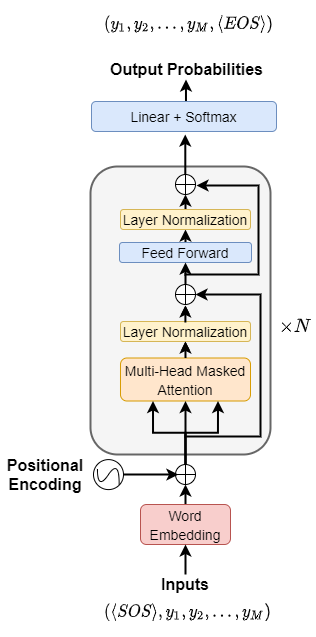
Before: _images/GPT_decoder_arch.png, a diagram exported from draw.io (yangyutu/llm_book.github.io). Source tidied: cells renumbered, new cells last; positions are measured from the earlier drawing's top-left corner, leaving out a move shared by most shapes.
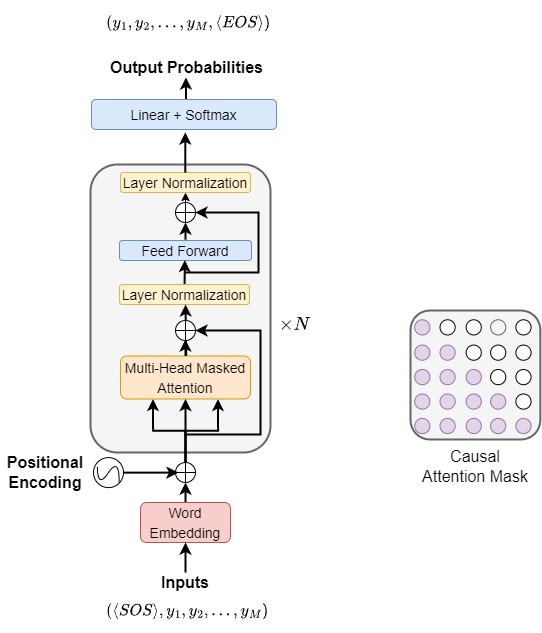
Above is the later version.

Diff of the diagram source:
```diff
@@ -5,23 +5,20 @@
     <mxCell id="2" style="rounded=1;whiteSpace=wrap;html=1;fillColor=#f5f5f5;strokeColor=#666666;fontColor=#333333;strokeWidth=2;fontSize=16;" parent="1" vertex="1">
       <mxGeometry x="90" y="157" width="180" height="288" as="geometry" />
     </mxCell>
-    <mxCell id="3" style="edgeStyle=none;html=1;entryX=0.5;entryY=1;entryDx=0;entryDy=0;fontSize=14;strokeWidth=2;" parent="1" edge="1" source="4" target="30">
-      <mxGeometry relative="1" as="geometry" />
-    </mxCell>
     <mxCell id="4" value="&lt;font style=&quot;font-size: 14px&quot;&gt;Feed Forward&lt;/font&gt;" style="rounded=1;whiteSpace=wrap;html=1;fillColor=#dae8fc;strokeColor=#6c8ebf;fontSize=16;" parent="1" vertex="1">
       <mxGeometry x="119" y="233" width="132" height="20" as="geometry" />
     </mxCell>
-    <mxCell id="5" style="edgeStyle=none;html=1;entryX=0.5;entryY=1;entryDx=0;entryDy=0;fontSize=14;" parent="1" edge="1">
-      <mxGeometry relative="1" as="geometry">
-        <mxPoint x="185" y="313" as="sourcePoint" />
-        <mxPoint x="185" y="296" as="targetPoint" />
-      </mxGeometry>
-    </mxCell>
+    <mxCell id="38" style="edgeStyle=none;html=1;entryX=0.495;entryY=0.98;entryDx=0;entryDy=0;entryPerimeter=0;strokeWidth=2;" parent="1" edge="1" source="6" target="4">
+      <mxGeometry relative="1" as="geometry" />
+    </mxCell>
     <mxCell id="6" value="&lt;font style=&quot;font-size: 14px&quot;&gt;Layer Normalization&lt;/font&gt;" style="rounded=1;whiteSpace=wrap;html=1;fillColor=#fff2cc;strokeColor=#d6b656;fontSize=16;" parent="1" vertex="1">
-      <mxGeometry x="120" y="312" width="130" height="20" as="geometry" />
+      <mxGeometry x="119" y="277" width="130" height="20" as="geometry" />
     </mxCell>
-    <mxCell id="7" style="edgeStyle=none;html=1;entryX=0.5;entryY=1;entryDx=0;entryDy=0;fontSize=14;" parent="1" edge="1" source="8" target="6">
-      <mxGeometry relative="1" as="geometry" />
+    <mxCell id="7" style="edgeStyle=none;html=1;entryX=0.5;entryY=1;entryDx=0;entryDy=0;fontSize=14;strokeWidth=2;" parent="1" edge="1">
+      <mxGeometry relative="1" as="geometry">
+        <mxPoint x="185.7" y="348.5" as="sourcePoint" />
+        <mxPoint x="185" y="297" as="targetPoint" />
+      </mxGeometry>
     </mxCell>
     <mxCell id="8" value="&lt;font style=&quot;font-size: 14px&quot;&gt;Multi-Head Masked Attention&lt;/font&gt;" style="rounded=1;whiteSpace=wrap;html=1;fillColor=#ffe6cc;strokeColor=#d79b00;fontSize=16;" parent="1" vertex="1">
       <mxGeometry x="120" y="348.5" width="130" height="43" as="geometry" />
@@ -82,7 +79,7 @@
         <mxPoint x="184" y="427" as="sourcePoint" />
         <Array as="points">
           <mxPoint x="260" y="427" />
-          <mxPoint x="260" y="285" />
+          <mxPoint x="260" y="323" />
         </Array>
       </mxGeometry>
     </mxCell>
@@ -101,20 +98,17 @@
     <mxCell id="26" value="Output Probabilities" style="text;html=1;align=center;verticalAlign=middle;fillColor=none;strokeColor=none;rounded=0;fontSize=16;fontStyle=1;" parent="1" vertex="1">
       <mxGeometry x="101" y="50" width="170" height="20" as="geometry" />
     </mxCell>
-    <mxCell id="27" style="edgeStyle=none;html=1;entryX=0.5;entryY=1;entryDx=0;entryDy=0;strokeWidth=2;" parent="1" edge="1" source="28" target="4">
-      <mxGeometry relative="1" as="geometry" />
-    </mxCell>
     <mxCell id="28" style="shape=orEllipse;perimeter=ellipsePerimeter;whiteSpace=wrap;html=1;backgroundOutline=1;fontSize=16;" parent="1" vertex="1">
-      <mxGeometry x="175" y="275" width="20" height="20" as="geometry" />
+      <mxGeometry x="175" y="313" width="20" height="20" as="geometry" />
     </mxCell>
     <mxCell id="29" style="edgeStyle=none;html=1;entryX=0.5;entryY=1;entryDx=0;entryDy=0;fontSize=14;strokeWidth=2;" parent="1" edge="1">
       <mxGeometry relative="1" as="geometry">
-        <mxPoint x="185" y="202" as="sourcePoint" />
-        <mxPoint x="185" y="185" as="targetPoint" />
+        <mxPoint x="185" y="232" as="sourcePoint" />
+        <mxPoint x="185" y="215" as="targetPoint" />
       </mxGeometry>
     </mxCell>
     <mxCell id="30" value="&lt;font style=&quot;font-size: 14px&quot;&gt;Layer Normalization&lt;/font&gt;" style="rounded=1;whiteSpace=wrap;html=1;fillColor=#fff2cc;strokeColor=#d6b656;fontSize=16;" parent="1" vertex="1">
-      <mxGeometry x="120" y="200" width="130" height="20" as="geometry" />
+      <mxGeometry x="120" y="165" width="130" height="20" as="geometry" />
     </mxCell>
     <mxCell id="31" style="edgeStyle=none;html=1;fontSize=14;entryX=0.5;entryY=1;entryDx=0;entryDy=0;strokeWidth=2;" parent="1" edge="1">
       <mxGeometry relative="1" as="geometry">
@@ -122,25 +116,21 @@
         <mxPoint x="184.8" y="125" as="targetPoint" />
       </mxGeometry>
     </mxCell>
+    <mxCell id="39" style="edgeStyle=none;html=1;entryX=0.5;entryY=1;entryDx=0;entryDy=0;" parent="1" edge="1" source="32" target="30">
+      <mxGeometry relative="1" as="geometry" />
+    </mxCell>
     <mxCell id="32" style="shape=orEllipse;perimeter=ellipsePerimeter;whiteSpace=wrap;html=1;backgroundOutline=1;fontSize=16;" parent="1" vertex="1">
-      <mxGeometry x="175" y="165" width="20" height="20" as="geometry" />
+      <mxGeometry x="175" y="195" width="20" height="20" as="geometry" />
     </mxCell>
-    <mxCell id="33" style="edgeStyle=orthogonalEdgeStyle;rounded=0;orthogonalLoop=1;jettySize=auto;html=1;endArrow=classic;endFill=1;strokeWidth=2;fontSize=16;" parent="1" edge="1">
+    <mxCell id="33" style="edgeStyle=orthogonalEdgeStyle;rounded=0;jettySize=auto;html=1;endArrow=classic;endFill=1;strokeWidth=2;fontSize=16;entryX=1;entryY=0.5;entryDx=0;entryDy=0;" parent="1" edge="1" target="32">
       <mxGeometry relative="1" as="geometry">
         <mxPoint x="184" y="265" as="sourcePoint" />
-        <mxPoint x="196" y="176" as="targetPoint" />
         <Array as="points">
           <mxPoint x="258" y="265" />
-          <mxPoint x="258" y="176" />
+          <mxPoint x="258" y="205" />
         </Array>
       </mxGeometry>
     </mxCell>
-    <mxCell id="34" style="edgeStyle=none;html=1;entryX=0.5;entryY=1;entryDx=0;entryDy=0;fontSize=14;strokeWidth=2;" parent="1" edge="1">
-      <mxGeometry relative="1" as="geometry">
-        <mxPoint x="184.9" y="313" as="sourcePoint" />
-        <mxPoint x="184.9" y="296" as="targetPoint" />
-      </mxGeometry>
-    </mxCell>
     <mxCell id="35" style="edgeStyle=none;html=1;entryX=0.5;entryY=1;entryDx=0;entryDy=0;fontSize=14;strokeWidth=2;exitX=0.5;exitY=0;exitDx=0;exitDy=0;" parent="1" edge="1" source="8">
       <mxGeometry relative="1" as="geometry">
         <mxPoint x="184.9" y="332" as="targetPoint" />
@@ -152,5 +142,89 @@
     <mxCell id="37" value="$$(y_1,y_2,...,y_M,\langle EOS\rangle&lt;br&gt;)$$" style="text;html=1;strokeColor=none;fillColor=none;align=center;verticalAlign=middle;whiteSpace=wrap;rounded=0;fontSize=14;" parent="1" vertex="1">
       <mxGeometry x="160.5" width="55" height="30" as="geometry" />
     </mxCell>
+    <mxCell id="40" style="group;" parent="1" vertex="1">
+      <mxGeometry x="410" y="303" width="129.8" height="129" as="geometry" />
+    </mxCell>
+    <mxCell id="41" style="rounded=1;whiteSpace=wrap;html=1;fillColor=#f5f5f5;strokeColor=#666666;fontColor=#333333;strokeWidth=2;fontSize=14;" parent="40" vertex="1">
+      <mxGeometry width="129.8" height="129" as="geometry" />
+    </mxCell>
+    <mxCell id="42" style="ellipse;whiteSpace=wrap;html=1;fontSize=16;fillColor=#e1d5e7;strokeColor=#9673a6;" parent="40" vertex="1">
+      <mxGeometry x="4.2" y="9.3" width="15.2" height="15.2" as="geometry" />
+    </mxCell>
+    <mxCell id="43" style="ellipse;whiteSpace=wrap;html=1;fontSize=16;" parent="40" vertex="1">
+      <mxGeometry x="29.5" y="9.3" width="15.2" height="15.2" as="geometry" />
+    </mxCell>
+    <mxCell id="44" style="ellipse;whiteSpace=wrap;html=1;fontSize=16;" parent="40" vertex="1">
+      <mxGeometry x="55.6" y="9.3" width="15.2" height="15.2" as="geometry" />
+    </mxCell>
+    <mxCell id="45" style="ellipse;whiteSpace=wrap;html=1;fontSize=16;fillColor=#f5f5f5;strokeColor=#666666;fontColor=#333333;" parent="40" vertex="1">
+      <mxGeometry x="80.1" y="9.3" width="15.2" height="15.2" as="geometry" />
+    </mxCell>
+    <mxCell id="46" style="ellipse;whiteSpace=wrap;html=1;fontSize=16;" parent="40" vertex="1">
+      <mxGeometry x="105.4" y="9.3" width="15.2" height="15.2" as="geometry" />
+    </mxCell>
+    <mxCell id="47" style="ellipse;whiteSpace=wrap;html=1;fontSize=16;fillColor=#e1d5e7;strokeColor=#9673a6;" parent="40" vertex="1">
+      <mxGeometry x="4.2" y="34.6" width="15.2" height="15.2" as="geometry" />
+    </mxCell>
+    <mxCell id="48" style="ellipse;whiteSpace=wrap;html=1;fontSize=16;fillColor=#e1d5e7;strokeColor=#9673a6;" parent="40" vertex="1">
+      <mxGeometry x="29.5" y="34.6" width="15.2" height="15.2" as="geometry" />
+    </mxCell>
+    <mxCell id="49" style="ellipse;whiteSpace=wrap;html=1;fontSize=16;" parent="40" vertex="1">
+      <mxGeometry x="55.6" y="34.6" width="15.2" height="15.2" as="geometry" />
+    </mxCell>
+    <mxCell id="50" style="ellipse;whiteSpace=wrap;html=1;fontSize=16;" parent="40" vertex="1">
+      <mxGeometry x="80.1" y="34.6" width="15.2" height="15.2" as="geometry" />
+    </mxCell>
+    <mxCell id="51" style="ellipse;whiteSpace=wrap;html=1;fontSize=16;" parent="40" vertex="1">
+      <mxGeometry x="105.4" y="34.6" width="15.2" height="15.2" as="geometry" />
+    </mxCell>
+    <mxCell id="52" style="ellipse;whiteSpace=wrap;html=1;fontSize=16;fillColor=#e1d5e7;strokeColor=#9673a6;" parent="40" vertex="1">
+      <mxGeometry x="4.2" y="59" width="15.2" height="15.2" as="geometry" />
+    </mxCell>
+    <mxCell id="53" style="ellipse;whiteSpace=wrap;html=1;fontSize=16;fillColor=#e1d5e7;strokeColor=#9673a6;" parent="40" vertex="1">
+      <mxGeometry x="29.5" y="59" width="15.2" height="15.2" as="geometry" />
+    </mxCell>
+    <mxCell id="54" style="ellipse;whiteSpace=wrap;html=1;fontSize=16;fillColor=#e1d5e7;strokeColor=#9673a6;" parent="40" vertex="1">
+      <mxGeometry x="55.6" y="59" width="15.2" height="15.2" as="geometry" />
+    </mxCell>
+    <mxCell id="55" style="ellipse;whiteSpace=wrap;html=1;fontSize=16;" parent="40" vertex="1">
+      <mxGeometry x="80.1" y="59" width="15.2" height="15.2" as="geometry" />
+    </mxCell>
+    <mxCell id="56" style="ellipse;whiteSpace=wrap;html=1;fontSize=16;" parent="40" vertex="1">
+      <mxGeometry x="105.4" y="59" width="15.2" height="15.2" as="geometry" />
+    </mxCell>
+    <mxCell id="57" style="ellipse;whiteSpace=wrap;html=1;fontSize=16;fillColor=#e1d5e7;strokeColor=#9673a6;" parent="40" vertex="1">
+      <mxGeometry x="4.2" y="83.5" width="15.2" height="15.2" as="geometry" />
+    </mxCell>
+    <mxCell id="58" style="ellipse;whiteSpace=wrap;html=1;fontSize=16;fillColor=#e1d5e7;strokeColor=#9673a6;" parent="40" vertex="1">
+      <mxGeometry x="29.5" y="83.5" width="15.2" height="15.2" as="geometry" />
+    </mxCell>
+    <mxCell id="59" style="ellipse;whiteSpace=wrap;html=1;fontSize=16;fillColor=#e1d5e7;strokeColor=#9673a6;" parent="40" vertex="1">
+      <mxGeometry x="55.6" y="83.5" width="15.2" height="15.2" as="geometry" />
+    </mxCell>
+    <mxCell id="60" style="ellipse;whiteSpace=wrap;html=1;fontSize=16;fillColor=#e1d5e7;strokeColor=#9673a6;" parent="40" vertex="1">
+      <mxGeometry x="80.1" y="83.5" width="15.2" height="15.2" as="geometry" />
+    </mxCell>
+    <mxCell id="61" style="ellipse;whiteSpace=wrap;html=1;fontSize=16;" parent="40" vertex="1">
+      <mxGeometry x="105.4" y="83.5" width="15.2" height="15.2" as="geometry" />
+    </mxCell>
+    <mxCell id="62" style="ellipse;whiteSpace=wrap;html=1;fontSize=16;fillColor=#e1d5e7;strokeColor=#9673a6;" parent="40" vertex="1">
+      <mxGeometry x="4.2" y="107.9" width="15.2" height="15.2" as="geometry" />
+    </mxCell>
+    <mxCell id="63" style="ellipse;whiteSpace=wrap;html=1;fontSize=16;fillColor=#e1d5e7;strokeColor=#9673a6;" parent="40" vertex="1">
+      <mxGeometry x="29.5" y="107.9" width="15.2" height="15.2" as="geometry" />
+    </mxCell>
+    <mxCell id="64" style="ellipse;whiteSpace=wrap;html=1;fontSize=16;fillColor=#e1d5e7;strokeColor=#9673a6;" parent="40" vertex="1">
+      <mxGeometry x="55.6" y="107.9" width="15.2" height="15.2" as="geometry" />
+    </mxCell>
+    <mxCell id="65" style="ellipse;whiteSpace=wrap;html=1;fontSize=16;fillColor=#e1d5e7;strokeColor=#9673a6;" parent="40" vertex="1">
+      <mxGeometry x="80.1" y="107.9" width="15.2" height="15.2" as="geometry" />
+    </mxCell>
+    <mxCell id="66" style="ellipse;whiteSpace=wrap;html=1;fontSize=16;fillColor=#e1d5e7;strokeColor=#9673a6;" parent="40" vertex="1">
+      <mxGeometry x="105.4" y="107.9" width="15.2" height="15.2" as="geometry" />
+    </mxCell>
+    <mxCell id="67" value="Causal Attention Mask" style="text;html=1;strokeColor=none;fillColor=none;align=center;verticalAlign=middle;whiteSpace=wrap;rounded=0;fontSize=16;" parent="1" vertex="1">
+      <mxGeometry x="419.9" y="442" width="110.1" height="33" as="geometry" />
+    </mxCell>
   </root>
 </mxGraphModel>
```
